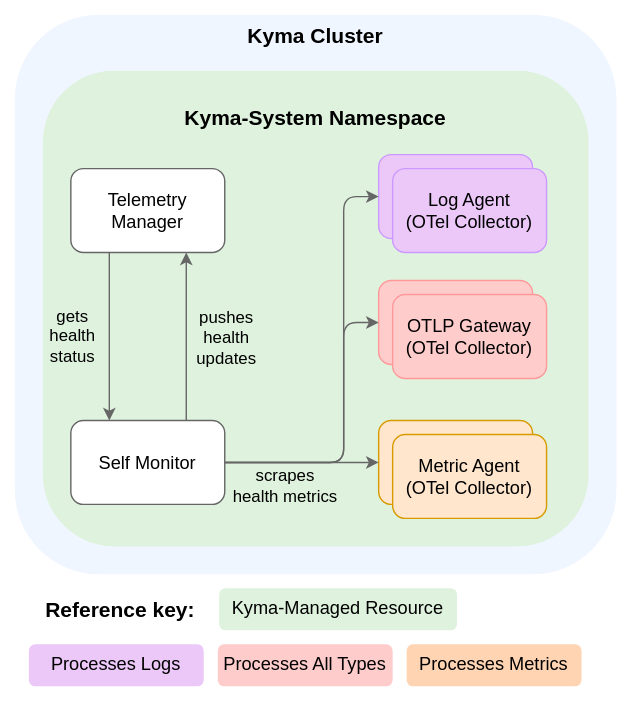
Earlier version of the draw.io export docs/user/assets/manager-arch.drawio.svg (kyma-project/telemetry-manager). Source tidied: cells renumbered, new cells last; positions are measured from the earlier drawing's top-left corner, leaving out a move shared by most shapes.
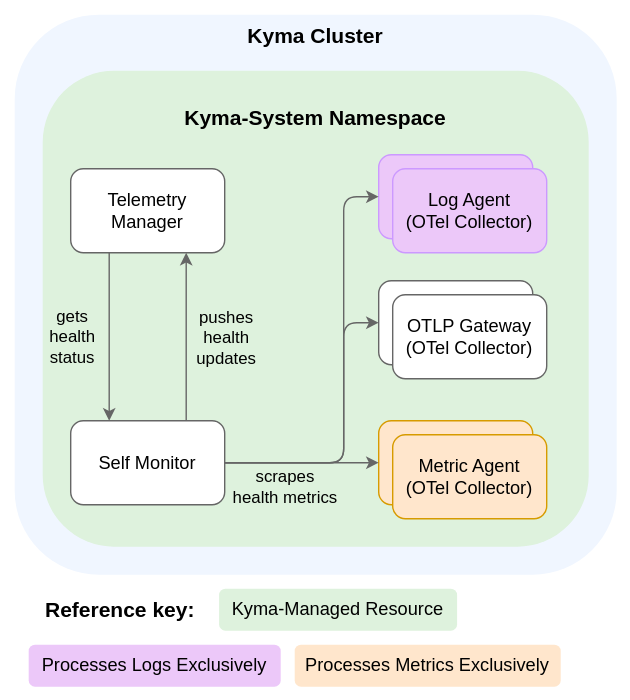
The same file after the commit.

Commit message:
docs: adjust diagrams according to new OTLP Gateway architecture

Diff of the diagram source:
```diff
@@ -17,10 +17,10 @@
     <mxCell id="6" value="Log Agent&lt;br&gt;(Fluent Bit)" style="rounded=1;whiteSpace=wrap;html=1;fillColor=#ecc8f9;strokeColor=#CC99FF;fontColor=#000000;" parent="1" vertex="1">
       <mxGeometry x="270" y="110" width="110" height="60" as="geometry" />
     </mxCell>
-    <mxCell id="7" value="Trace Gateway&lt;br&gt;(Otel Collector)" style="rounded=1;whiteSpace=wrap;html=1;fillColor=#FFCCCC;strokeColor=#FF9999;fontColor=#000000;" parent="1" vertex="1">
+    <mxCell id="7" value="Trace Gateway&lt;br&gt;(Otel Collector)" style="rounded=1;whiteSpace=wrap;html=1;fillColor=#FFFFFF;strokeColor=#666666;fontColor=#000000;" parent="1" vertex="1">
       <mxGeometry x="270" y="200" width="110" height="60" as="geometry" />
     </mxCell>
-    <mxCell id="8" value="Metric Gateway/Agent&lt;br&gt;(Otel Collector)" style="rounded=1;whiteSpace=wrap;html=1;fillColor=#ffe6cc;strokeColor=#d79b00;" parent="1" vertex="1">
+    <mxCell id="8" value="Metric Gateway/Agent&lt;br&gt;(Otel Collector)" style="rounded=1;whiteSpace=wrap;html=1;fillColor=#FFE6CC;strokeColor=#d79b00;" parent="1" vertex="1">
       <mxGeometry x="270" y="300" width="110" height="60" as="geometry" />
     </mxCell>
     <mxCell id="9" value="Self Monitor" style="rounded=1;whiteSpace=wrap;html=1;fontColor=#000000;fillColor=#FFFFFF;strokeColor=#666666;fontSize=13;" parent="1" vertex="1">
@@ -66,23 +66,20 @@
     <mxCell id="16" value="&lt;font style=&quot;font-size: 15px;&quot;&gt;&lt;b&gt;Reference key:&lt;/b&gt;&lt;/font&gt;" style="text;html=1;align=center;verticalAlign=middle;strokeColor=none;fillColor=#FFFFFF;fontColor=#000000;" parent="1" vertex="1">
       <mxGeometry x="20" y="420" width="130" height="30" as="geometry" />
     </mxCell>
-    <mxCell id="17" value="OTLP Gateway&lt;br style=&quot;font-size: 13px;&quot;&gt;(OTel Collector)" style="rounded=1;whiteSpace=wrap;html=1;fillColor=#FFCCCC;strokeColor=#FF9999;fontColor=#000000;fontSize=13;" parent="1" vertex="1">
+    <mxCell id="17" value="OTLP Gateway&lt;br style=&quot;font-size: 13px;&quot;&gt;(OTel Collector)" style="rounded=1;whiteSpace=wrap;html=1;fillColor=#FFFFFF;strokeColor=#666666;fontColor=#000000;fontSize=13;" parent="1" vertex="1">
       <mxGeometry x="280" y="210" width="110" height="60" as="geometry" />
     </mxCell>
     <mxCell id="18" value="Log Agent&lt;br style=&quot;font-size: 13px;&quot;&gt;(OTel Collector)" style="rounded=1;whiteSpace=wrap;html=1;fillColor=#ecc8f9;strokeColor=#CC99FF;fontColor=#000000;fontSize=13;" parent="1" vertex="1">
       <mxGeometry x="280" y="120" width="110" height="60" as="geometry" />
     </mxCell>
-    <mxCell id="19" value="Metric Agent&lt;br style=&quot;font-size: 13px;&quot;&gt;(OTel Collector)" style="rounded=1;whiteSpace=wrap;html=1;fillColor=#ffe6cc;strokeColor=#d79b00;fontSize=13;" parent="1" vertex="1">
+    <mxCell id="19" value="Metric Agent&lt;br style=&quot;font-size: 13px;&quot;&gt;(OTel Collector)" style="rounded=1;whiteSpace=wrap;html=1;fillColor=#FFE6CC;strokeColor=#d79b00;fontSize=13;" parent="1" vertex="1">
       <mxGeometry x="280" y="310" width="110" height="60" as="geometry" />
     </mxCell>
-    <mxCell id="20" value="&lt;span style=&quot;color: rgb(0, 0, 0); font-family: Helvetica; font-size: 13px; font-style: normal; font-variant-ligatures: normal; font-variant-caps: normal; font-weight: 400; letter-spacing: normal; orphans: 2; text-indent: 0px; text-transform: none; widows: 2; word-spacing: 0px; -webkit-text-stroke-width: 0px; text-decoration-thickness: initial; text-decoration-style: initial; text-decoration-color: initial; float: none; display: inline !important;&quot;&gt;Processes Logs&lt;/span&gt;" style="text;whiteSpace=wrap;html=1;strokeColor=none;rounded=1;fillColor=#ecc8f9;align=center;" parent="1" vertex="1">
-      <mxGeometry x="20" y="460" width="125" height="30" as="geometry" />
+    <mxCell id="20" value="&lt;span style=&quot;color: rgb(0, 0, 0); font-family: Helvetica; font-size: 13px; font-style: normal; font-variant-ligatures: normal; font-variant-caps: normal; font-weight: 400; letter-spacing: normal; orphans: 2; text-indent: 0px; text-transform: none; widows: 2; word-spacing: 0px; -webkit-text-stroke-width: 0px; text-decoration-thickness: initial; text-decoration-style: initial; text-decoration-color: initial; float: none; display: inline !important;&quot;&gt;Processes Logs Exclusively&lt;/span&gt;" style="text;whiteSpace=wrap;html=1;strokeColor=none;rounded=1;fillColor=#ecc8f9;align=center;" parent="1" vertex="1">
+      <mxGeometry x="20" y="460" width="180" height="30" as="geometry" />
     </mxCell>
-    <mxCell id="21" value="&lt;span style=&quot;color: rgb(0, 0, 0); font-family: Helvetica; font-size: 13px; font-style: normal; font-variant-ligatures: normal; font-variant-caps: normal; font-weight: 400; letter-spacing: normal; orphans: 2; text-indent: 0px; text-transform: none; widows: 2; word-spacing: 0px; -webkit-text-stroke-width: 0px; text-decoration-thickness: initial; text-decoration-style: initial; text-decoration-color: initial; float: none; display: inline !important;&quot;&gt;Processes All Types&lt;/span&gt;" style="text;whiteSpace=wrap;html=1;strokeColor=none;rounded=1;fillColor=#FFCCCC;align=center;" parent="1" vertex="1">
-      <mxGeometry x="155" y="460" width="125" height="30" as="geometry" />
-    </mxCell>
-    <mxCell id="22" value="&lt;span style=&quot;color: rgb(0, 0, 0); font-family: Helvetica; font-size: 13px; font-style: normal; font-variant-ligatures: normal; font-variant-caps: normal; font-weight: 400; letter-spacing: normal; orphans: 2; text-indent: 0px; text-transform: none; widows: 2; word-spacing: 0px; -webkit-text-stroke-width: 0px; text-decoration-thickness: initial; text-decoration-style: initial; text-decoration-color: initial; float: none; display: inline !important;&quot;&gt;Processes Metrics&lt;/span&gt;" style="text;whiteSpace=wrap;html=1;strokeColor=none;rounded=1;fillColor=#ffd4b3;align=center;" parent="1" vertex="1">
-      <mxGeometry x="290" y="460" width="125" height="30" as="geometry" />
+    <mxCell id="22" value="&lt;span style=&quot;color: rgb(0, 0, 0); font-family: Helvetica; font-size: 13px; font-style: normal; font-variant-ligatures: normal; font-variant-caps: normal; font-weight: 400; letter-spacing: normal; orphans: 2; text-indent: 0px; text-transform: none; widows: 2; word-spacing: 0px; -webkit-text-stroke-width: 0px; text-decoration-thickness: initial; text-decoration-style: initial; text-decoration-color: initial; float: none; display: inline !important;&quot;&gt;Processes Metrics Exclusively&lt;/span&gt;" style="text;whiteSpace=wrap;html=1;strokeColor=none;rounded=1;fillColor=#FFE6CC;align=center;" parent="1" vertex="1">
+      <mxGeometry x="210" y="460" width="190" height="30" as="geometry" />
     </mxCell>
     <mxCell id="23" value="&lt;span style=&quot;color: rgb(0, 0, 0); font-family: Helvetica; font-size: 13px; font-style: normal; font-variant-ligatures: normal; font-variant-caps: normal; font-weight: 400; letter-spacing: normal; orphans: 2; text-indent: 0px; text-transform: none; widows: 2; word-spacing: 0px; -webkit-text-stroke-width: 0px; text-decoration-thickness: initial; text-decoration-style: initial; text-decoration-color: initial; float: none; display: inline !important;&quot;&gt;Kyma-Managed Resource&lt;/span&gt;" style="text;whiteSpace=wrap;html=1;strokeColor=none;rounded=1;fillColor=#def2dd;align=center;" parent="1" vertex="1">
       <mxGeometry x="156" y="420" width="170" height="30" as="geometry" />
```
